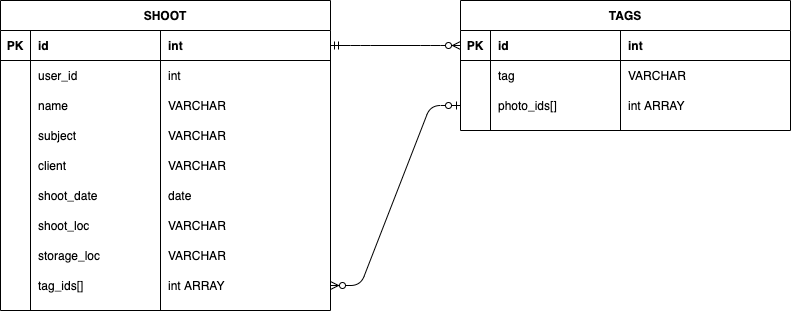
jennashea/ohshoot keeps this draw.io diagram as sdf/img/db_erd.png. Above is the earlier version. Source tidied: cells renumbered, new cells last; positions are measured from the earlier drawing's top-left corner, leaving out a move shared by most shapes.
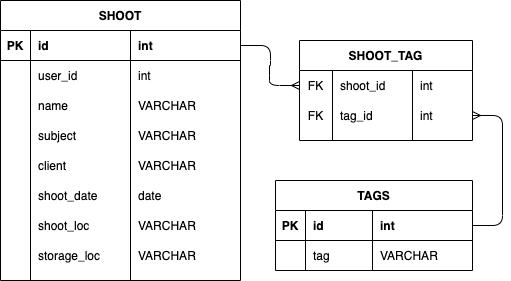
After the commit.

What changed in the source:
```diff
@@ -3,160 +3,163 @@
     <mxCell id="0" />
     <mxCell id="1" parent="0" />
     <mxCell id="2" value="SHOOT" style="shape=table;startSize=30;rowLines=0;fontStyle=1;align=center;" parent="1" vertex="1">
-      <mxGeometry width="330" height="310" as="geometry" />
+      <mxGeometry width="240" height="280" as="geometry" />
     </mxCell>
     <mxCell id="3" style="shape=partialRectangle;fillColor=none;top=0;left=0;bottom=1;right=0;points=[[0,0.5],[1,0.5]];portConstraint=eastwest;" parent="2" vertex="1">
-      <mxGeometry y="30" width="330" height="30" as="geometry" />
+      <mxGeometry y="30" width="240" height="30" as="geometry" />
     </mxCell>
     <mxCell id="4" value="PK" style="shape=partialRectangle;fillColor=none;top=0;left=0;bottom=0;right=0;fontStyle=1;overflow=hidden;" parent="3" vertex="1">
       <mxGeometry width="30" height="30" as="geometry" />
     </mxCell>
     <mxCell id="5" value="id" style="shape=partialRectangle;fillColor=none;top=0;left=0;bottom=0;right=0;align=left;spacingLeft=6;fontStyle=1;overflow=hidden;" parent="3" vertex="1">
-      <mxGeometry x="30" width="130" height="30" as="geometry" />
+      <mxGeometry x="30" width="100" height="30" as="geometry" />
     </mxCell>
     <mxCell id="6" value="int" style="shape=partialRectangle;fillColor=none;top=0;left=0;bottom=0;right=0;align=left;spacingLeft=6;fontStyle=1;overflow=hidden;" parent="3" vertex="1">
-      <mxGeometry x="160" width="170" height="30" as="geometry" />
+      <mxGeometry x="130" width="110" height="30" as="geometry" />
     </mxCell>
     <mxCell id="7" style="shape=partialRectangle;fillColor=none;top=0;left=0;bottom=0;right=0;" parent="2" vertex="1">
-      <mxGeometry y="60" width="330" height="30" as="geometry" />
+      <mxGeometry y="60" width="240" height="30" as="geometry" />
     </mxCell>
     <mxCell id="8" style="shape=partialRectangle;fillColor=none;top=0;left=0;bottom=0;right=0;overflow=hidden;" parent="7" vertex="1">
       <mxGeometry width="30" height="30" as="geometry" />
     </mxCell>
     <mxCell id="9" value="user_id" style="shape=partialRectangle;fillColor=none;top=0;left=0;bottom=0;right=0;align=left;spacingLeft=6;overflow=hidden;" parent="7" vertex="1">
-      <mxGeometry x="30" width="130" height="30" as="geometry" />
+      <mxGeometry x="30" width="100" height="30" as="geometry" />
     </mxCell>
     <mxCell id="10" value="int" style="shape=partialRectangle;fillColor=none;top=0;left=0;bottom=0;right=0;align=left;spacingLeft=6;overflow=hidden;" parent="7" vertex="1">
-      <mxGeometry x="160" width="170" height="30" as="geometry" />
+      <mxGeometry x="130" width="110" height="30" as="geometry" />
     </mxCell>
     <mxCell id="11" style="shape=partialRectangle;fillColor=none;top=0;left=0;bottom=0;right=0;" parent="2" vertex="1">
-      <mxGeometry y="90" width="330" height="30" as="geometry" />
+      <mxGeometry y="90" width="240" height="30" as="geometry" />
     </mxCell>
     <mxCell id="12" style="shape=partialRectangle;fillColor=none;top=0;left=0;bottom=0;right=0;overflow=hidden;" parent="11" vertex="1">
       <mxGeometry width="30" height="30" as="geometry" />
     </mxCell>
     <mxCell id="13" value="name" style="shape=partialRectangle;fillColor=none;top=0;left=0;bottom=0;right=0;align=left;spacingLeft=6;overflow=hidden;" parent="11" vertex="1">
-      <mxGeometry x="30" width="130" height="30" as="geometry" />
+      <mxGeometry x="30" width="100" height="30" as="geometry" />
     </mxCell>
     <mxCell id="14" value="VARCHAR" style="shape=partialRectangle;fillColor=none;top=0;left=0;bottom=0;right=0;align=left;spacingLeft=6;overflow=hidden;" parent="11" vertex="1">
-      <mxGeometry x="160" width="170" height="30" as="geometry" />
+      <mxGeometry x="130" width="110" height="30" as="geometry" />
     </mxCell>
     <mxCell id="15" style="shape=partialRectangle;fillColor=none;top=0;left=0;bottom=0;right=0;" parent="2" vertex="1">
-      <mxGeometry y="120" width="330" height="30" as="geometry" />
+      <mxGeometry y="120" width="240" height="30" as="geometry" />
     </mxCell>
     <mxCell id="16" style="shape=partialRectangle;fillColor=none;top=0;left=0;bottom=0;right=0;overflow=hidden;" parent="15" vertex="1">
       <mxGeometry width="30" height="30" as="geometry" />
     </mxCell>
     <mxCell id="17" value="subject" style="shape=partialRectangle;fillColor=none;top=0;left=0;bottom=0;right=0;align=left;spacingLeft=6;overflow=hidden;" parent="15" vertex="1">
-      <mxGeometry x="30" width="130" height="30" as="geometry" />
+      <mxGeometry x="30" width="100" height="30" as="geometry" />
     </mxCell>
     <mxCell id="18" value="VARCHAR" style="shape=partialRectangle;fillColor=none;top=0;left=0;bottom=0;right=0;align=left;spacingLeft=6;overflow=hidden;" parent="15" vertex="1">
-      <mxGeometry x="160" width="170" height="30" as="geometry" />
+      <mxGeometry x="130" width="110" height="30" as="geometry" />
     </mxCell>
     <mxCell id="19" style="shape=partialRectangle;fillColor=none;top=0;left=0;bottom=0;right=0;" parent="2" vertex="1">
-      <mxGeometry y="150" width="330" height="30" as="geometry" />
+      <mxGeometry y="150" width="240" height="30" as="geometry" />
     </mxCell>
     <mxCell id="20" style="shape=partialRectangle;fillColor=none;top=0;left=0;bottom=0;right=0;overflow=hidden;" parent="19" vertex="1">
       <mxGeometry width="30" height="30" as="geometry" />
     </mxCell>
     <mxCell id="21" value="client" style="shape=partialRectangle;fillColor=none;top=0;left=0;bottom=0;right=0;align=left;spacingLeft=6;overflow=hidden;" parent="19" vertex="1">
-      <mxGeometry x="30" width="130" height="30" as="geometry" />
+      <mxGeometry x="30" width="100" height="30" as="geometry" />
     </mxCell>
     <mxCell id="22" value="VARCHAR" style="shape=partialRectangle;fillColor=none;top=0;left=0;bottom=0;right=0;align=left;spacingLeft=6;overflow=hidden;" parent="19" vertex="1">
-      <mxGeometry x="160" width="170" height="30" as="geometry" />
+      <mxGeometry x="130" width="110" height="30" as="geometry" />
     </mxCell>
     <mxCell id="23" style="shape=partialRectangle;fillColor=none;top=0;left=0;bottom=0;right=0;" parent="2" vertex="1">
-      <mxGeometry y="180" width="330" height="30" as="geometry" />
+      <mxGeometry y="180" width="240" height="30" as="geometry" />
     </mxCell>
     <mxCell id="24" style="shape=partialRectangle;fillColor=none;top=0;left=0;bottom=0;right=0;overflow=hidden;" parent="23" vertex="1">
       <mxGeometry width="30" height="30" as="geometry" />
     </mxCell>
     <mxCell id="25" value="shoot_date" style="shape=partialRectangle;fillColor=none;top=0;left=0;bottom=0;right=0;align=left;spacingLeft=6;overflow=hidden;" parent="23" vertex="1">
-      <mxGeometry x="30" width="130" height="30" as="geometry" />
+      <mxGeometry x="30" width="100" height="30" as="geometry" />
     </mxCell>
     <mxCell id="26" value="date" style="shape=partialRectangle;fillColor=none;top=0;left=0;bottom=0;right=0;align=left;spacingLeft=6;overflow=hidden;" parent="23" vertex="1">
-      <mxGeometry x="160" width="170" height="30" as="geometry" />
+      <mxGeometry x="130" width="110" height="30" as="geometry" />
     </mxCell>
     <mxCell id="27" style="shape=partialRectangle;fillColor=none;top=0;left=0;bottom=0;right=0;" parent="2" vertex="1">
-      <mxGeometry y="210" width="330" height="30" as="geometry" />
+      <mxGeometry y="210" width="240" height="30" as="geometry" />
     </mxCell>
     <mxCell id="28" style="shape=partialRectangle;fillColor=none;top=0;left=0;bottom=0;right=0;overflow=hidden;" parent="27" vertex="1">
       <mxGeometry width="30" height="30" as="geometry" />
     </mxCell>
     <mxCell id="29" value="shoot_loc" style="shape=partialRectangle;fillColor=none;top=0;left=0;bottom=0;right=0;align=left;spacingLeft=6;overflow=hidden;" parent="27" vertex="1">
-      <mxGeometry x="30" width="130" height="30" as="geometry" />
+      <mxGeometry x="30" width="100" height="30" as="geometry" />
     </mxCell>
     <mxCell id="30" value="VARCHAR" style="shape=partialRectangle;fillColor=none;top=0;left=0;bottom=0;right=0;align=left;spacingLeft=6;overflow=hidden;" parent="27" vertex="1">
-      <mxGeometry x="160" width="170" height="30" as="geometry" />
+      <mxGeometry x="130" width="110" height="30" as="geometry" />
     </mxCell>
     <mxCell id="31" style="shape=partialRectangle;fillColor=none;top=0;left=0;bottom=0;right=0;" parent="2" vertex="1">
-      <mxGeometry y="240" width="330" height="30" as="geometry" />
+      <mxGeometry y="240" width="240" height="30" as="geometry" />
     </mxCell>
     <mxCell id="32" style="shape=partialRectangle;fillColor=none;top=0;left=0;bottom=0;right=0;overflow=hidden;" parent="31" vertex="1">
       <mxGeometry width="30" height="30" as="geometry" />
     </mxCell>
     <mxCell id="33" value="storage_loc" style="shape=partialRectangle;fillColor=none;top=0;left=0;bottom=0;right=0;align=left;spacingLeft=6;overflow=hidden;" parent="31" vertex="1">
-      <mxGeometry x="30" width="130" height="30" as="geometry" />
+      <mxGeometry x="30" width="100" height="30" as="geometry" />
     </mxCell>
     <mxCell id="34" value="VARCHAR" style="shape=partialRectangle;fillColor=none;top=0;left=0;bottom=0;right=0;align=left;spacingLeft=6;overflow=hidden;" parent="31" vertex="1">
-      <mxGeometry x="160" width="170" height="30" as="geometry" />
+      <mxGeometry x="130" width="110" height="30" as="geometry" />
     </mxCell>
-    <mxCell id="35" style="shape=partialRectangle;fillColor=none;top=0;left=0;bottom=0;right=0;points=[[0,0.5],[1,0.5]];portConstraint=eastwest;" parent="2" vertex="1">
-      <mxGeometry y="270" width="330" height="30" as="geometry" />
-    </mxCell>
-    <mxCell id="36" style="shape=partialRectangle;fillColor=none;top=0;left=0;bottom=0;right=0;overflow=hidden;" parent="35" vertex="1">
-      <mxGeometry width="30" height="30" as="geometry" />
-    </mxCell>
-    <mxCell id="37" value="tag_ids[]" style="shape=partialRectangle;fillColor=none;top=0;left=0;bottom=0;right=0;align=left;spacingLeft=6;overflow=hidden;" parent="35" vertex="1">
-      <mxGeometry x="30" width="130" height="30" as="geometry" />
-    </mxCell>
-    <mxCell id="38" value="int ARRAY" style="shape=partialRectangle;fillColor=none;top=0;left=0;bottom=0;right=0;align=left;spacingLeft=6;overflow=hidden;" parent="35" vertex="1">
-      <mxGeometry x="160" width="170" height="30" as="geometry" />
-    </mxCell>
-    <mxCell id="39" value="TAGS" style="shape=table;startSize=30;rowLines=0;fontStyle=1;align=center;" parent="1" vertex="1">
-      <mxGeometry x="460" width="330" height="130" as="geometry" />
+    <mxCell id="39" value="SHOOT_TAG" style="shape=table;startSize=30;rowLines=0;fontStyle=1;align=center;" parent="1" vertex="1">
+      <mxGeometry x="299" y="40" width="173" height="100" as="geometry" />
     </mxCell>
-    <mxCell id="40" style="shape=partialRectangle;fillColor=none;top=0;left=0;bottom=1;right=0;points=[[0,0.5],[1,0.5]];portConstraint=eastwest;" parent="39" vertex="1">
-      <mxGeometry y="30" width="330" height="30" as="geometry" />
-    </mxCell>
-    <mxCell id="41" value="PK" style="shape=partialRectangle;fillColor=none;top=0;left=0;bottom=0;right=0;fontStyle=1;overflow=hidden;" parent="40" vertex="1">
-      <mxGeometry width="30" height="30" as="geometry" />
-    </mxCell>
-    <mxCell id="42" value="id" style="shape=partialRectangle;fillColor=none;top=0;left=0;bottom=0;right=0;align=left;spacingLeft=6;fontStyle=1;overflow=hidden;" parent="40" vertex="1">
-      <mxGeometry x="30" width="130" height="30" as="geometry" />
-    </mxCell>
-    <mxCell id="43" value="int" style="shape=partialRectangle;fillColor=none;top=0;left=0;bottom=0;right=0;align=left;spacingLeft=6;fontStyle=1;overflow=hidden;" parent="40" vertex="1">
-      <mxGeometry x="160" width="170" height="30" as="geometry" />
-    </mxCell>
     <mxCell id="44" style="shape=partialRectangle;fillColor=none;top=0;left=0;bottom=0;right=0;points=[[0,0.5],[1,0.5]];portConstraint=eastwest;" parent="39" vertex="1">
-      <mxGeometry y="60" width="330" height="30" as="geometry" />
+      <mxGeometry y="30" width="173" height="30" as="geometry" />
     </mxCell>
-    <mxCell id="45" style="shape=partialRectangle;fillColor=none;top=0;left=0;bottom=0;right=0;overflow=hidden;" parent="44" vertex="1">
-      <mxGeometry width="30" height="30" as="geometry" />
+    <mxCell id="45" value="FK" style="shape=partialRectangle;fillColor=none;top=0;left=0;bottom=0;right=0;overflow=hidden;" parent="44" vertex="1">
+      <mxGeometry width="33" height="30" as="geometry" />
     </mxCell>
-    <mxCell id="46" value="tag" style="shape=partialRectangle;fillColor=none;top=0;left=0;bottom=0;right=0;align=left;spacingLeft=6;overflow=hidden;" parent="44" vertex="1">
-      <mxGeometry x="30" width="130" height="30" as="geometry" />
+    <mxCell id="46" value="shoot_id" style="shape=partialRectangle;fillColor=none;top=0;left=0;bottom=0;right=0;align=left;spacingLeft=6;overflow=hidden;" parent="44" vertex="1">
+      <mxGeometry x="33" width="80" height="30" as="geometry" />
     </mxCell>
-    <mxCell id="47" value="VARCHAR" style="shape=partialRectangle;fillColor=none;top=0;left=0;bottom=0;right=0;align=left;spacingLeft=6;overflow=hidden;" parent="44" vertex="1">
-      <mxGeometry x="160" width="170" height="30" as="geometry" />
+    <mxCell id="47" value="int" style="shape=partialRectangle;fillColor=none;top=0;left=0;bottom=0;right=0;align=left;spacingLeft=6;overflow=hidden;" parent="44" vertex="1">
+      <mxGeometry x="113" width="60" height="30" as="geometry" />
     </mxCell>
-    <mxCell id="48" style="shape=partialRectangle;fillColor=none;top=0;left=0;bottom=0;right=0;points=[[0,0.5],[1,0.5]];portConstraint=eastwest;" parent="39" vertex="1">
-      <mxGeometry y="90" width="330" height="30" as="geometry" />
-    </mxCell>
-    <mxCell id="49" style="shape=partialRectangle;fillColor=none;top=0;left=0;bottom=0;right=0;overflow=hidden;" parent="48" vertex="1">
-      <mxGeometry width="30" height="30" as="geometry" />
-    </mxCell>
-    <mxCell id="50" value="photo_ids[]" style="shape=partialRectangle;fillColor=none;top=0;left=0;bottom=0;right=0;align=left;spacingLeft=6;overflow=hidden;" parent="48" vertex="1">
-      <mxGeometry x="30" width="130" height="30" as="geometry" />
-    </mxCell>
-    <mxCell id="51" value="int ARRAY" style="shape=partialRectangle;fillColor=none;top=0;left=0;bottom=0;right=0;align=left;spacingLeft=6;overflow=hidden;" parent="48" vertex="1">
-      <mxGeometry x="160" width="170" height="30" as="geometry" />
-    </mxCell>
-    <mxCell id="52" style="edgeStyle=entityRelationEdgeStyle;fontSize=12;html=1;endArrow=ERzeroToMany;startArrow=ERmandOne;entryX=0;entryY=0.5;entryDx=0;entryDy=0;exitX=1;exitY=0.5;exitDx=0;exitDy=0;" parent="1" edge="1" source="3" target="40">
-      <mxGeometry relative="1" as="geometry" />
-    </mxCell>
-    <mxCell id="53" style="edgeStyle=entityRelationEdgeStyle;fontSize=12;html=1;endArrow=ERzeroToMany;startArrow=ERzeroToOne;" parent="1" edge="1" source="48" target="35">
-      <mxGeometry relative="1" as="geometry" />
-    </mxCell>
+    <mxCell id="54" style="shape=partialRectangle;fillColor=none;top=0;left=0;bottom=0;right=0;points=[[0,0.5],[1,0.5]];portConstraint=eastwest;" parent="39" vertex="1">
+      <mxGeometry y="60" width="173" height="30" as="geometry" />
+    </mxCell>
+    <mxCell id="55" value="FK" style="shape=partialRectangle;fillColor=none;top=0;left=0;bottom=0;right=0;overflow=hidden;" parent="54" vertex="1">
+      <mxGeometry width="33" height="30" as="geometry" />
+    </mxCell>
+    <mxCell id="56" value="tag_id" style="shape=partialRectangle;fillColor=none;top=0;left=0;bottom=0;right=0;align=left;spacingLeft=6;overflow=hidden;" parent="54" vertex="1">
+      <mxGeometry x="33" width="80" height="30" as="geometry" />
+    </mxCell>
+    <mxCell id="57" value="int" style="shape=partialRectangle;fillColor=none;top=0;left=0;bottom=0;right=0;align=left;spacingLeft=6;overflow=hidden;" parent="54" vertex="1">
+      <mxGeometry x="113" width="60" height="30" as="geometry" />
+    </mxCell>
+    <mxCell id="58" value="TAGS" style="shape=table;startSize=30;rowLines=0;fontStyle=1;align=center;" parent="1" vertex="1">
+      <mxGeometry x="275" y="180" width="197" height="90" as="geometry" />
+    </mxCell>
+    <mxCell id="59" style="shape=partialRectangle;fillColor=none;top=0;left=0;bottom=1;right=0;points=[[0,0.5],[1,0.5]];portConstraint=eastwest;" parent="58" vertex="1">
+      <mxGeometry y="30" width="197" height="30" as="geometry" />
+    </mxCell>
+    <mxCell id="41" value="PK" style="shape=partialRectangle;fillColor=none;top=0;left=0;bottom=0;right=0;fontStyle=1;overflow=hidden;" parent="59" vertex="1">
+      <mxGeometry width="30" height="30" as="geometry" />
+    </mxCell>
+    <mxCell id="42" value="id" style="shape=partialRectangle;fillColor=none;top=0;left=0;bottom=0;right=0;align=left;spacingLeft=6;fontStyle=1;overflow=hidden;" parent="59" vertex="1">
+      <mxGeometry x="30" width="67" height="30" as="geometry" />
+    </mxCell>
+    <mxCell id="43" value="int" style="shape=partialRectangle;fillColor=none;top=0;left=0;bottom=0;right=0;align=left;spacingLeft=6;fontStyle=1;overflow=hidden;" parent="59" vertex="1">
+      <mxGeometry x="97" width="100" height="30" as="geometry" />
+    </mxCell>
+    <mxCell id="60" style="shape=partialRectangle;fillColor=none;top=0;left=0;bottom=0;right=0;" parent="58" vertex="1">
+      <mxGeometry y="60" width="197" height="30" as="geometry" />
+    </mxCell>
+    <mxCell id="61" style="shape=partialRectangle;fillColor=none;top=0;left=0;bottom=0;right=0;overflow=hidden;" parent="60" vertex="1">
+      <mxGeometry width="30" height="30" as="geometry" />
+    </mxCell>
+    <mxCell id="62" value="tag" style="shape=partialRectangle;fillColor=none;top=0;left=0;bottom=0;right=0;align=left;spacingLeft=6;overflow=hidden;" parent="60" vertex="1">
+      <mxGeometry x="30" width="67" height="30" as="geometry" />
+    </mxCell>
+    <mxCell id="63" value="VARCHAR" style="shape=partialRectangle;fillColor=none;top=0;left=0;bottom=0;right=0;align=left;spacingLeft=6;overflow=hidden;" parent="60" vertex="1">
+      <mxGeometry x="97" width="100" height="30" as="geometry" />
+    </mxCell>
+    <mxCell id="64" style="edgeStyle=entityRelationEdgeStyle;fontSize=12;html=1;endArrow=ERmany;entryX=0;entryY=0.5;entryDx=0;entryDy=0;exitX=1;exitY=0.5;exitDx=0;exitDy=0;" parent="1" edge="1" source="3" target="44">
+      <mxGeometry relative="1" as="geometry" />
+    </mxCell>
+    <mxCell id="65" style="edgeStyle=entityRelationEdgeStyle;fontSize=12;html=1;endArrow=ERmany;entryX=1;entryY=0.5;entryDx=0;entryDy=0;exitX=1;exitY=0.5;exitDx=0;exitDy=0;" parent="1" edge="1" source="59" target="54">
+      <mxGeometry relative="1" as="geometry" />
+    </mxCell>
   </root>
 </mxGraphModel>
```
